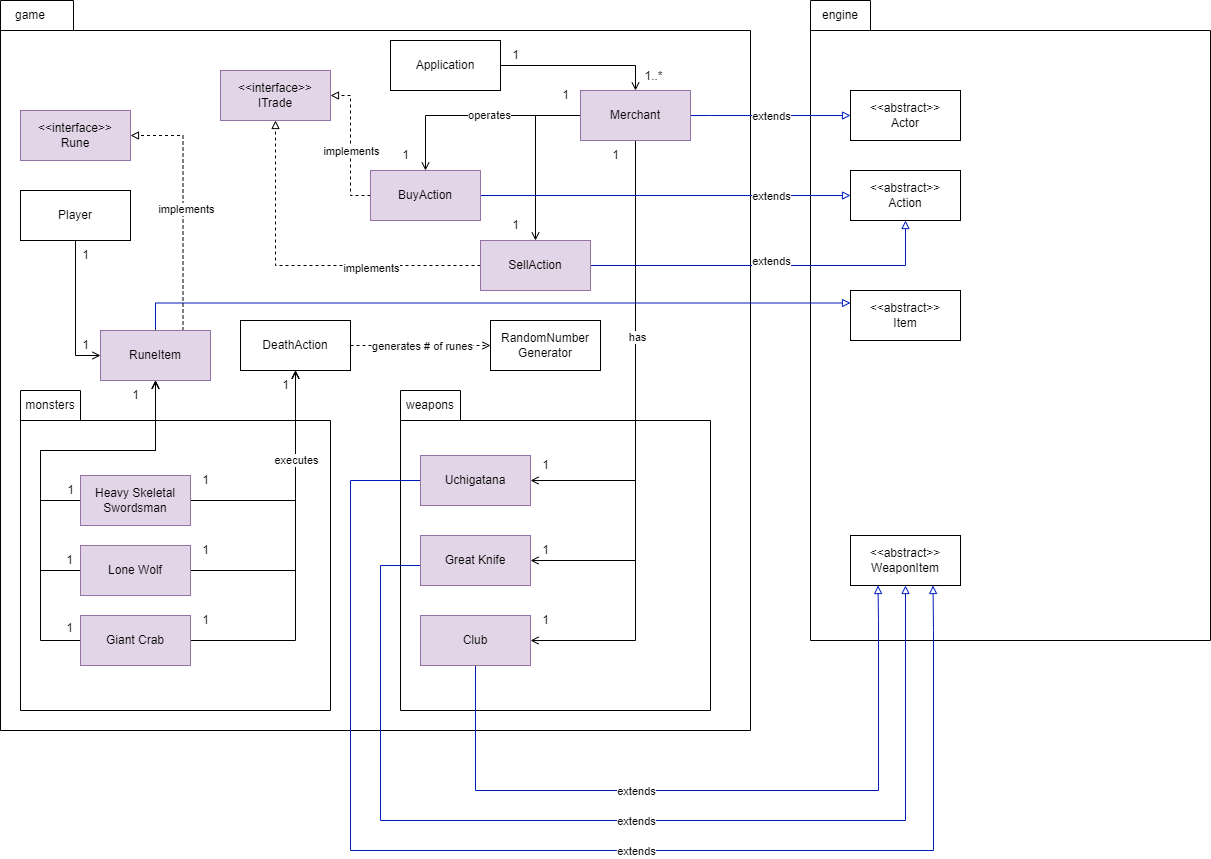
Earlier version of the draw.io export docs/FIT2099 Assignment 1 Req 2 UML Diagram.drawio.png (hyynes/monash-fit2099). Source tidied: cells renumbered, new cells last; positions are measured from the earlier drawing's top-left corner, leaving out a move shared by most shapes.
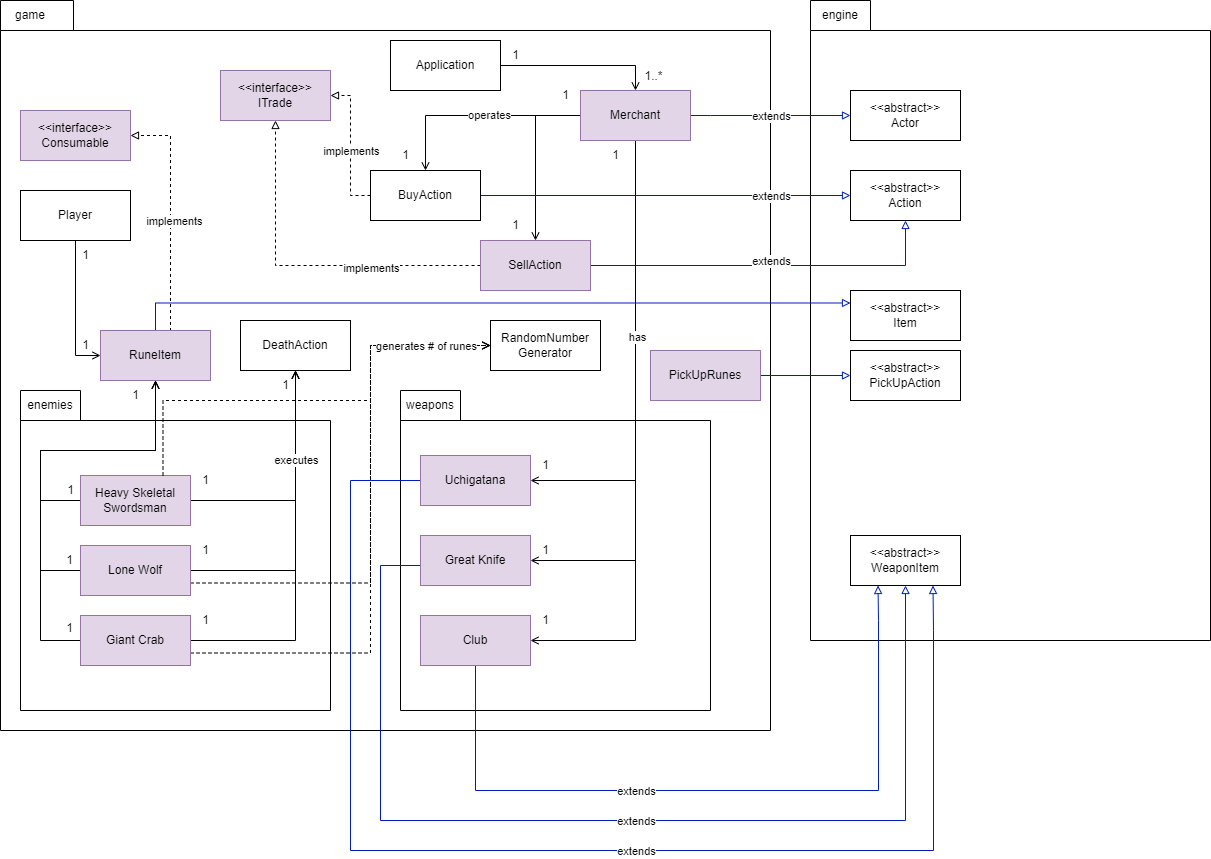
Above is the later version.

Commit message:
modified DeathAction sequences & added PickUpRunes class in req2

The edit, as a diff of the source:
```diff
@@ -3,7 +3,7 @@
     <mxCell id="0" />
     <mxCell id="1" parent="0" />
     <mxCell id="2" style="shape=folder;fontStyle=1;spacingTop=10;tabWidth=60;tabHeight=30;tabPosition=left;html=1;whiteSpace=wrap;" parent="1" vertex="1">
-      <mxGeometry width="750" height="730" as="geometry" />
+      <mxGeometry width="770" height="730" as="geometry" />
     </mxCell>
     <mxCell id="3" value="game" style="text;html=1;strokeColor=none;fillColor=none;align=center;verticalAlign=middle;whiteSpace=wrap;rounded=0;" parent="1" vertex="1">
       <mxGeometry width="60" height="30" as="geometry" />
@@ -50,6 +50,14 @@
         </Array>
       </mxGeometry>
     </mxCell>
+    <mxCell id="92" style="edgeStyle=orthogonalEdgeStyle;rounded=0;jettySize=auto;html=1;exitX=1;exitY=0.75;exitDx=0;exitDy=0;entryX=0;entryY=0.5;entryDx=0;entryDy=0;dashed=1;endArrow=open;endFill=0;" parent="1" edge="1" source="14" target="49">
+      <mxGeometry relative="1" as="geometry">
+        <Array as="points">
+          <mxPoint x="370" y="583" />
+          <mxPoint x="370" y="345" />
+        </Array>
+      </mxGeometry>
+    </mxCell>
     <mxCell id="14" value="Lone Wolf" style="html=1;whiteSpace=wrap;fillColor=#e1d5e7;strokeColor=#9673a6;" parent="1" vertex="1">
       <mxGeometry x="80" y="545" width="110" height="50" as="geometry" />
     </mxCell>
@@ -70,6 +78,14 @@
         </Array>
       </mxGeometry>
     </mxCell>
+    <mxCell id="93" style="edgeStyle=orthogonalEdgeStyle;rounded=0;jettySize=auto;html=1;exitX=1;exitY=0.75;exitDx=0;exitDy=0;entryX=0;entryY=0.5;entryDx=0;entryDy=0;dashed=1;endArrow=open;endFill=0;" parent="1" edge="1" source="18" target="49">
+      <mxGeometry relative="1" as="geometry">
+        <Array as="points">
+          <mxPoint x="370" y="653" />
+          <mxPoint x="370" y="345" />
+        </Array>
+      </mxGeometry>
+    </mxCell>
     <mxCell id="18" value="Giant Crab" style="html=1;whiteSpace=wrap;fillColor=#e1d5e7;strokeColor=#9673a6;" parent="1" vertex="1">
       <mxGeometry x="80" y="615" width="110" height="50" as="geometry" />
     </mxCell>
@@ -101,12 +117,18 @@
     <mxCell id="25" value="&amp;lt;&amp;lt;abstract&amp;gt;&amp;gt;&lt;br&gt;Actor" style="html=1;whiteSpace=wrap;" parent="1" vertex="1">
       <mxGeometry x="850" y="90" width="110" height="50" as="geometry" />
     </mxCell>
-    <mxCell id="26" style="edgeStyle=orthogonalEdgeStyle;rounded=0;jettySize=auto;html=1;exitX=1;exitY=0.5;exitDx=0;exitDy=0;dashed=1;endArrow=open;endFill=0;" parent="1" edge="1" source="28" target="49">
-      <mxGeometry relative="1" as="geometry" />
+    <mxCell id="26" style="edgeStyle=orthogonalEdgeStyle;rounded=0;jettySize=auto;html=1;exitX=0.75;exitY=0;exitDx=0;exitDy=0;dashed=1;endArrow=open;endFill=0;entryX=0;entryY=0.5;entryDx=0;entryDy=0;" parent="1" edge="1" source="11" target="49">
+      <mxGeometry relative="1" as="geometry">
+        <Array as="points">
+          <mxPoint x="163" y="400" />
+          <mxPoint x="370" y="400" />
+          <mxPoint x="370" y="345" />
+        </Array>
+      </mxGeometry>
     </mxCell>
     <mxCell id="27" value="generates # of runes" style="edgeLabel;html=1;align=center;verticalAlign=middle;" parent="26" vertex="1">
       <mxGeometry x="0.24" y="-3" relative="1" as="geometry">
-        <mxPoint x="-16" y="-3" as="offset" />
+        <mxPoint x="52" y="-52" as="offset" />
       </mxGeometry>
     </mxCell>
     <mxCell id="28" value="DeathAction" style="html=1;whiteSpace=wrap;" parent="1" vertex="1">
@@ -171,7 +193,7 @@
     <mxCell id="39" value="Club" style="html=1;whiteSpace=wrap;fillColor=#e1d5e7;strokeColor=#9673a6;" parent="1" vertex="1">
       <mxGeometry x="420" y="615" width="110" height="50" as="geometry" />
     </mxCell>
-    <mxCell id="40" value="monsters" style="text;html=1;strokeColor=none;fillColor=none;align=center;verticalAlign=middle;whiteSpace=wrap;rounded=0;" parent="1" vertex="1">
+    <mxCell id="40" value="enemies" style="text;html=1;strokeColor=none;fillColor=none;align=center;verticalAlign=middle;whiteSpace=wrap;rounded=0;" parent="1" vertex="1">
       <mxGeometry x="20" y="390" width="60" height="30" as="geometry" />
     </mxCell>
     <mxCell id="41" value="weapons" style="text;html=1;strokeColor=none;fillColor=none;align=center;verticalAlign=middle;whiteSpace=wrap;rounded=0;" parent="1" vertex="1">
@@ -271,7 +293,12 @@
       <mxGeometry relative="1" as="geometry" />
     </mxCell>
     <mxCell id="71" style="edgeStyle=orthogonalEdgeStyle;rounded=0;jettySize=auto;html=1;exitX=0.75;exitY=0;exitDx=0;exitDy=0;endArrow=block;endFill=0;dashed=1;entryX=1;entryY=0.5;entryDx=0;entryDy=0;" parent="1" edge="1" source="73" target="79">
-      <mxGeometry relative="1" as="geometry" />
+      <mxGeometry relative="1" as="geometry">
+        <Array as="points">
+          <mxPoint x="170" y="330" />
+          <mxPoint x="170" y="135" />
+        </Array>
+      </mxGeometry>
     </mxCell>
     <mxCell id="72" value="implements" style="edgeLabel;html=1;align=center;verticalAlign=middle;" parent="71" vertex="1">
       <mxGeometry x="-0.02" y="-2" relative="1" as="geometry">
@@ -308,14 +335,17 @@
     <mxCell id="82" value="RuneItem" style="html=1;whiteSpace=wrap;fillColor=#e1d5e7;strokeColor=#9673a6;" parent="1" vertex="1">
       <mxGeometry x="100" y="330" width="110" height="50" as="geometry" />
     </mxCell>
-    <mxCell id="83" value="&amp;lt;&amp;lt;interface&amp;gt;&amp;gt;&lt;br&gt;Rune" style="html=1;whiteSpace=wrap;fillColor=#e1d5e7;strokeColor=#9673a6;" parent="1" vertex="1">
+    <mxCell id="83" value="&amp;lt;&amp;lt;interface&amp;gt;&amp;gt;&lt;br&gt;Consumable" style="html=1;whiteSpace=wrap;fillColor=#e1d5e7;strokeColor=#9673a6;" parent="1" vertex="1">
       <mxGeometry x="20" y="110" width="110" height="50" as="geometry" />
     </mxCell>
     <mxCell id="84" value="&amp;lt;&amp;lt;interface&amp;gt;&amp;gt;&lt;br&gt;ITrade" style="html=1;whiteSpace=wrap;fillColor=#e1d5e7;strokeColor=#9673a6;" parent="1" vertex="1">
       <mxGeometry x="220" y="70" width="110" height="50" as="geometry" />
     </mxCell>
+    <mxCell id="94" style="edgeStyle=orthogonalEdgeStyle;rounded=0;jettySize=auto;html=1;exitX=1;exitY=0.5;exitDx=0;exitDy=0;endArrow=block;endFill=0;fillColor=#0050ef;strokeColor=#001DBC;" parent="1" edge="1" source="85" target="95">
+      <mxGeometry relative="1" as="geometry" />
+    </mxCell>
-    <mxCell id="85" value="BuyAction" style="html=1;whiteSpace=wrap;fillColor=#e1d5e7;strokeColor=#9673a6;" parent="1" vertex="1">
-      <mxGeometry x="370" y="170" width="110" height="50" as="geometry" />
+    <mxCell id="85" value="PickUpRunes" style="html=1;whiteSpace=wrap;fillColor=#e1d5e7;strokeColor=#9673a6;" parent="1" vertex="1">
+      <mxGeometry x="650" y="350" width="110" height="50" as="geometry" />
     </mxCell>
     <mxCell id="86" value="Merchant" style="html=1;whiteSpace=wrap;fillColor=#e1d5e7;strokeColor=#9673a6;" parent="1" vertex="1">
       <mxGeometry x="580" y="90" width="110" height="50" as="geometry" />
@@ -335,5 +365,8 @@
     <mxCell id="91" value="1..*" style="text;html=1;align=center;verticalAlign=middle;strokeColor=none;fillColor=none;" parent="1" vertex="1">
       <mxGeometry x="633" y="61" width="40" height="30" as="geometry" />
     </mxCell>
+    <mxCell id="95" value="&amp;lt;&amp;lt;abstract&amp;gt;&amp;gt;&lt;br&gt;PickUpAction" style="html=1;whiteSpace=wrap;" parent="1" vertex="1">
+      <mxGeometry x="850" y="350" width="110" height="50" as="geometry" />
+    </mxCell>
   </root>
 </mxGraphModel>
```
